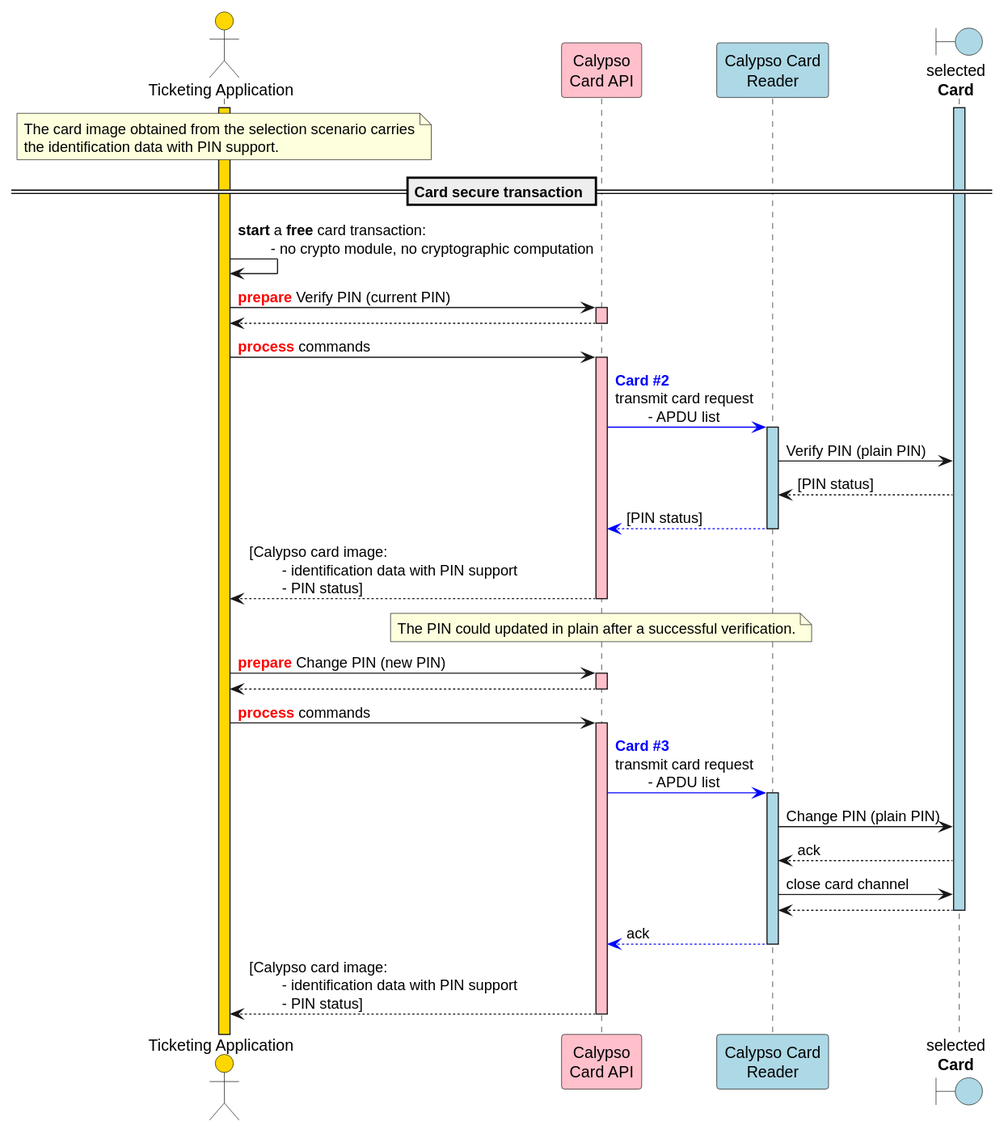
calypsonet/calypsonet-terminal-api-website keeps this PlantUML diagram as static/media/specifications/calypso_transaction_Verify_Change_Plain_PIN_sequence_diagram.svg. Above is the earlier version. The source it was exported from:
```plantuml
@startuml
skinparam ClassBorderColor #D4AC0D
skinparam stereotypeABorderColor #A9DCDF
skinparam stereotypeIBorderColor #B4A7E5
skinparam stereotypeCBorderColor #ADD1B2
skinparam stereotypeEBorderColor #EB93DF
skinparam shadowing false

skinparam StateBorderColor #D4AC0D
skinparam ActivityBorderColor #D4AC0D

skinparam ClassBackgroundColor<<red>> #FDEDEC
skinparam ClassBorderColor<<red>> #E74C3C
hide <<red>> stereotype
skinparam ClassBackgroundColor<<purple>> #F4ECF7
skinparam ClassBorderColor<<purple>> #8E44AD
hide <<purple>> stereotype
skinparam ClassBackgroundColor<<blue>> #EBF5FB
skinparam ClassBorderColor<<blue>> #3498DB
hide <<blue>> stereotype
skinparam ClassBackgroundColor<<green>> #EAFAF1
skinparam ClassBorderColor<<green>> #2ECC71
hide <<green>> stereotype

skinparam ClassBackgroundColor<<orange>> #FDF2E9
skinparam ClassBorderColor<<orange>> #E67E22
hide <<orange>> stereotype

skinparam ClassBackgroundColor<<grey>> #EAECEE
skinparam ClassBorderColor<<grey>> #2C3E50
hide <<grey>> stereotype

actor "Ticketing Application" as app #gold
participant "Calypso\nCard API" as capi #pink
participant "Calypso Card\nReader" as cardReader #lightBlue
boundary "selected\n**Card**" as card #lightBlue

activate app #gold

activate card #lightBlue

note over app
    The card image obtained from the selection scenario carries
    the identification data with PIN support.
end note

== Card secure transaction ==

app->app: **start** a **free** card transaction:\n\t- no crypto module, no cryptographic computation

app->capi: <font color=red>**prepare**</font> Verify PIN (current PIN)
activate capi  #pink
capi-->app
deactivate capi

app->capi: <font color=red>**process**</font> commands
activate capi  #pink

capi-[#0000FF]>cardReader: <font color=blue>**Card #2**</font>\ntransmit card request\n\t- APDU list
activate cardReader #lightBlue

    cardReader->card: Verify PIN (plain PIN)
    card-->cardReader: [PIN status]

cardReader-[#0000FF]->capi: [PIN status]
deactivate cardReader

capi-->app: [Calypso card image:\n\t- identification data with PIN support\n\t- PIN status]
deactivate capi

note over capi
    The PIN could updated in plain after a successful verification.
end note

app->capi: <font color=red>**prepare**</font> Change PIN (new PIN)
activate capi  #pink
capi-->app
deactivate capi

app->capi: <font color=red>**process**</font> commands
activate capi  #pink

capi-[#0000FF]>cardReader: <font color=blue>**Card #3**</font>\ntransmit card request\n\t- APDU list
activate cardReader #lightBlue

    cardReader->card: Change PIN (plain PIN)
    card-->cardReader: ack
    cardReader->card: close card channel
    card-->cardReader
deactivate card

cardReader-[#0000FF]->capi: ack
deactivate cardReader

capi-->app: [Calypso card image:\n\t- identification data with PIN support\n\t- PIN status]
deactivate capi

deactivate capi
@enduml
```
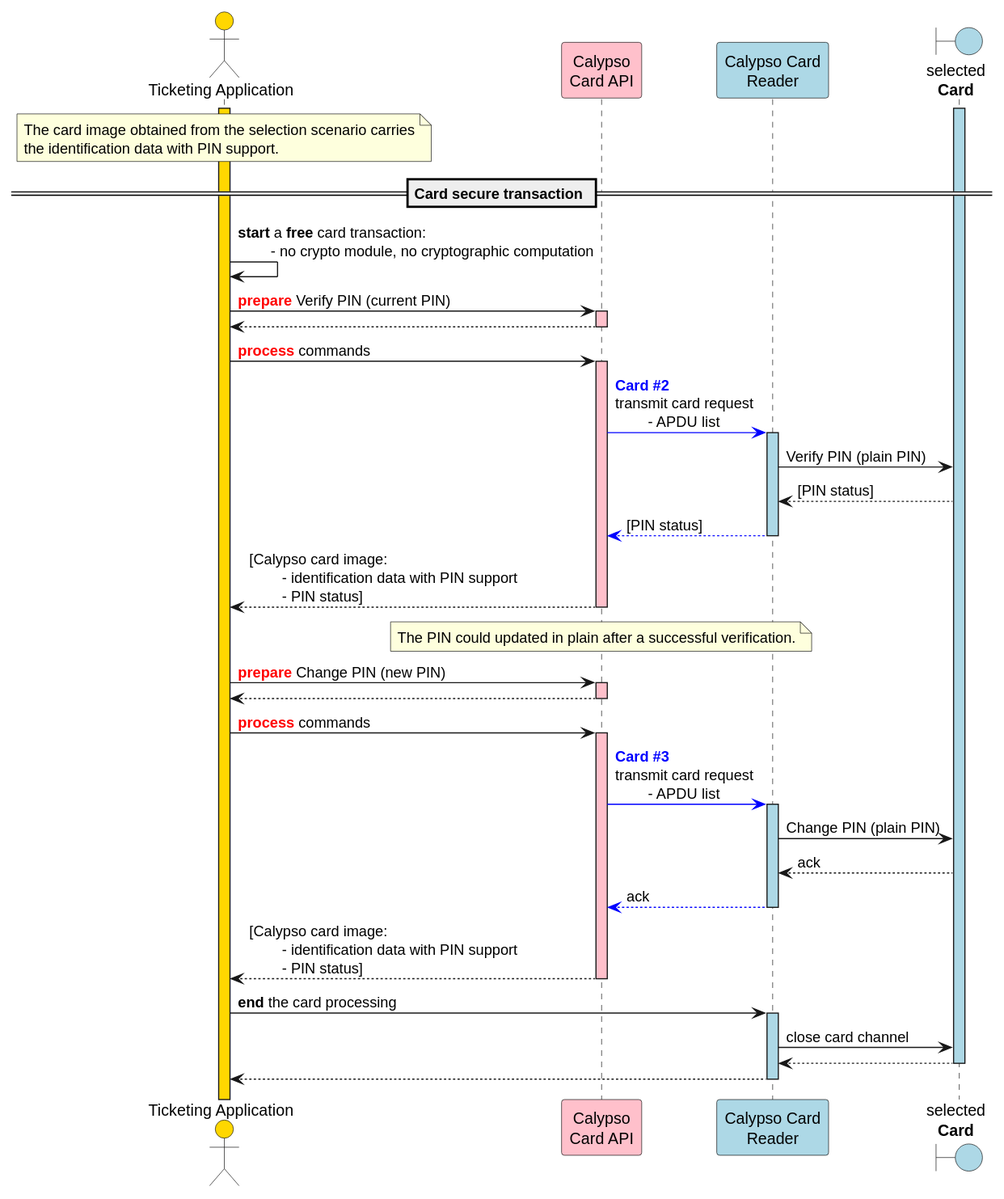
The same diagram one commit later.

Diff of the diagram source:
```diff
@@ -85,9 +85,6 @@
 
     cardReader->card: Change PIN (plain PIN)
     card-->cardReader: ack
-    cardReader->card: close card channel
-    card-->cardReader
-deactivate card
 
 cardReader-[#0000FF]->capi: ack
 deactivate cardReader
@@ -96,4 +93,12 @@
 deactivate capi
 
 deactivate capi
+
+app->cardReader: **end** the card processing
+activate cardReader #lightBlue
+cardReader->card: close card channel
+card-->cardReader
+deactivate card
+cardReader-->app
+deactivate cardReader
 @enduml
```
